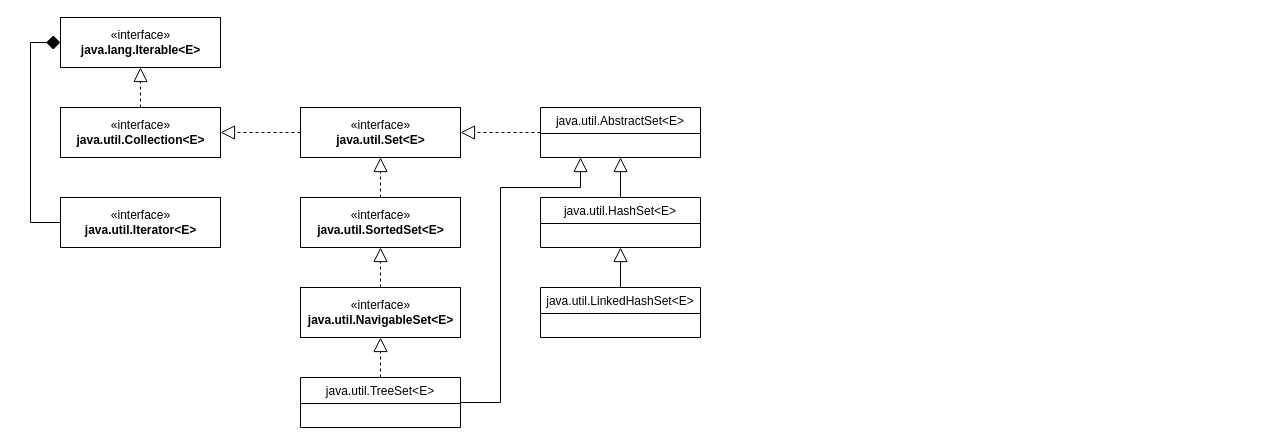
Earlier version of the draw.io diagram CSC/161/CSC161-ch21.drawio (PatrickMcDougle/ACC). Source tidied: cells renumbered, new cells numbered last; positions are measured from the earlier drawing's top-left corner, leaving out a move shared by most shapes. Both pictures are drawn from the tidied source at 100%, with x=0, y=0 at pixel (60, 17).
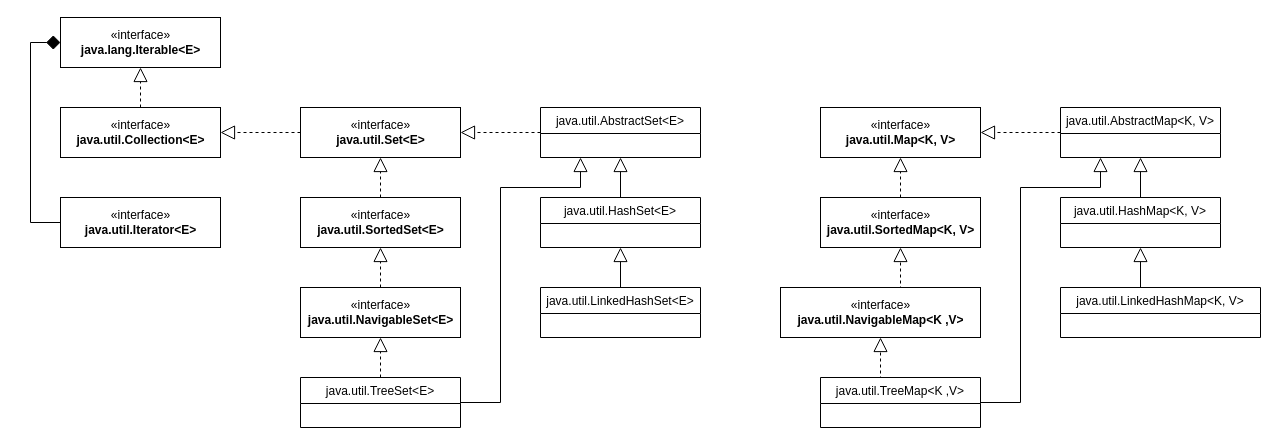
After the change.

The edit, as a diff of the source:
```diff
@@
+    <mxCell id="22" value="«interface»&lt;br&gt;&lt;b&gt;java.util.Map&amp;lt;K, V&amp;gt;&lt;/b&gt;" style="html=1;" parent="1" vertex="1">
+      <mxGeometry x="760" y="90" width="160" height="50" as="geometry" />
+    </mxCell>
+    <mxCell id="23" style="edgeStyle=orthogonalEdgeStyle;rounded=0;jettySize=auto;html=1;exitX=0;exitY=0.5;exitDx=0;exitDy=0;entryX=1;entryY=0.5;entryDx=0;entryDy=0;dashed=1;endArrow=block;endFill=0;startSize=8;endSize=12;strokeWidth=1;" parent="1" edge="1" source="24" target="22">
+      <mxGeometry relative="1" as="geometry" />
+    </mxCell>
+    <mxCell id="24" value="java.util.AbstractMap&lt;K, V&gt;" style="swimlane;fontStyle=0;horizontal=1;startSize=26;fillColor=none;" parent="1" vertex="1">
+      <mxGeometry x="1000" y="90" width="160" height="50" as="geometry" />
+    </mxCell>
+    <mxCell id="25" style="edgeStyle=orthogonalEdgeStyle;rounded=0;jettySize=auto;html=1;exitX=0.5;exitY=0;exitDx=0;exitDy=0;entryX=0.5;entryY=1;entryDx=0;entryDy=0;endArrow=block;endFill=0;startSize=8;endSize=12;strokeWidth=1;" parent="1" edge="1" source="26" target="24">
+      <mxGeometry relative="1" as="geometry" />
+    </mxCell>
+    <mxCell id="26" value="java.util.HashMap&lt;K, V&gt;" style="swimlane;fontStyle=0;horizontal=1;startSize=26;fillColor=none;" parent="1" vertex="1">
+      <mxGeometry x="1000" y="180" width="160" height="50" as="geometry" />
+    </mxCell>
+    <mxCell id="27" style="edgeStyle=orthogonalEdgeStyle;rounded=0;jettySize=auto;html=1;exitX=0.5;exitY=0;exitDx=0;exitDy=0;entryX=0.5;entryY=1;entryDx=0;entryDy=0;endArrow=block;endFill=0;startSize=8;endSize=12;strokeWidth=1;" parent="1" edge="1" source="28" target="26">
+      <mxGeometry relative="1" as="geometry" />
+    </mxCell>
+    <mxCell id="28" value="java.util.LinkedHashMap&lt;K, V&gt;" style="swimlane;fontStyle=0;horizontal=1;startSize=26;fillColor=none;" parent="1" vertex="1">
+      <mxGeometry x="1000" y="270" width="200" height="50" as="geometry" />
+    </mxCell>
+    <mxCell id="29" style="edgeStyle=orthogonalEdgeStyle;rounded=0;jettySize=auto;html=1;exitX=0.5;exitY=0;exitDx=0;exitDy=0;entryX=0.5;entryY=1;entryDx=0;entryDy=0;endArrow=block;endFill=0;startSize=8;endSize=12;strokeWidth=1;dashed=1;" parent="1" edge="1" source="30" target="22">
+      <mxGeometry relative="1" as="geometry" />
+    </mxCell>
+    <mxCell id="30" value="«interface»&lt;br&gt;&lt;b&gt;java.util.SortedMap&amp;lt;K, V&amp;gt;&lt;/b&gt;" style="html=1;" parent="1" vertex="1">
+      <mxGeometry x="760" y="180" width="160" height="50" as="geometry" />
+    </mxCell>
+    <mxCell id="31" style="edgeStyle=orthogonalEdgeStyle;rounded=0;jettySize=auto;html=1;exitX=0.5;exitY=0;exitDx=0;exitDy=0;entryX=0.5;entryY=1;entryDx=0;entryDy=0;dashed=1;endArrow=block;endFill=0;startSize=8;endSize=12;strokeWidth=1;" parent="1" edge="1" source="32" target="30">
+      <mxGeometry relative="1" as="geometry" />
+    </mxCell>
+    <mxCell id="32" value="«interface»&lt;br&gt;&lt;b&gt;java.util.NavigableMap&amp;lt;K ,V&amp;gt;&lt;/b&gt;" style="html=1;" parent="1" vertex="1">
+      <mxGeometry x="720" y="270" width="200" height="50" as="geometry" />
+    </mxCell>
+    <mxCell id="33" style="edgeStyle=orthogonalEdgeStyle;rounded=0;jettySize=auto;html=1;entryX=0.5;entryY=1;entryDx=0;entryDy=0;dashed=1;endArrow=block;endFill=0;startSize=8;endSize=12;strokeWidth=1;exitX=0.5;exitY=0;exitDx=0;exitDy=0;" parent="1" edge="1" source="35" target="32">
+      <mxGeometry relative="1" as="geometry" />
+    </mxCell>
+    <mxCell id="34" style="edgeStyle=orthogonalEdgeStyle;rounded=0;jettySize=auto;html=1;exitX=1;exitY=0.5;exitDx=0;exitDy=0;entryX=0.25;entryY=1;entryDx=0;entryDy=0;endArrow=block;endFill=0;startSize=8;endSize=12;strokeWidth=1;" parent="1" edge="1" source="35" target="24">
+      <mxGeometry relative="1" as="geometry">
+        <Array as="points">
+          <mxPoint x="960" y="385" />
+          <mxPoint x="960" y="170" />
+          <mxPoint x="1040" y="170" />
+        </Array>
+      </mxGeometry>
+    </mxCell>
+    <mxCell id="35" value="java.util.TreeMap&lt;K ,V&gt;" style="swimlane;fontStyle=0;horizontal=1;startSize=26;fillColor=none;" parent="1" vertex="1">
+      <mxGeometry x="760" y="360" width="160" height="50" as="geometry" />
+    </mxCell>
```
